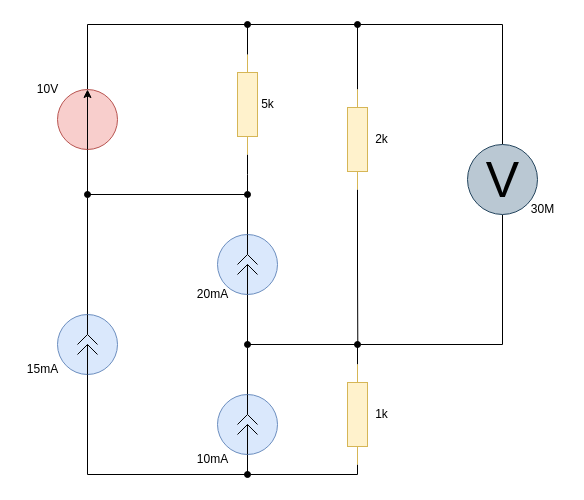
Before: page "task" (1 of 4) of lab1/lab1.drawio in nlrezortiez/eltex_23-24, a draw.io diagram. Source tidied: cells renumbered, new cells numbered last; positions are measured from the earlier drawing's top-left corner, leaving out a move shared by most shapes. Both pictures are drawn from the tidied source at 100%, with x=0, y=0 at pixel (17, 24).
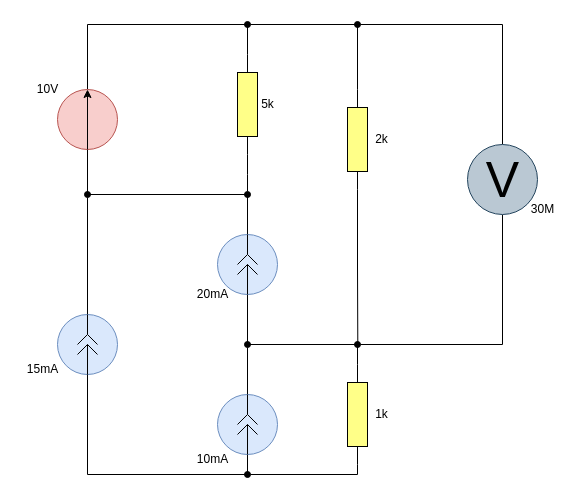
Above is the later version.

Change to the diagram source:
```diff
@@
-    <mxCell id="7" style="verticalLabelPosition=bottom;shadow=0;dashed=0;align=center;html=1;verticalAlign=top;shape=mxgraph.electrical.resistors.resistor_1;direction=south;fillColor=#fff2cc;strokeColor=#d6b656;" parent="1" vertex="1">
+    <mxCell id="7" style="verticalLabelPosition=bottom;shadow=0;dashed=0;align=center;html=1;verticalAlign=top;shape=mxgraph.electrical.resistors.resistor_1;direction=south;fillColor=#ffff88;strokeColor=default;" parent="1" vertex="1">
       <mxGeometry x="330" y="340" width="20" height="100" as="geometry" />
     </mxCell>
@@
-    <mxCell id="9" style="verticalLabelPosition=bottom;shadow=0;dashed=0;align=center;html=1;verticalAlign=top;shape=mxgraph.electrical.resistors.resistor_1;direction=south;fillColor=#fff2cc;strokeColor=#d6b656;" parent="1" vertex="1">
+    <mxCell id="9" style="verticalLabelPosition=bottom;shadow=0;dashed=0;align=center;html=1;verticalAlign=top;shape=mxgraph.electrical.resistors.resistor_1;direction=south;fillColor=#ffff88;strokeColor=default;" parent="1" vertex="1">
       <mxGeometry x="220" y="30" width="20" height="100" as="geometry" />
     </mxCell>
@@
-    <mxCell id="12" style="verticalLabelPosition=bottom;shadow=0;dashed=0;align=center;html=1;verticalAlign=top;shape=mxgraph.electrical.resistors.resistor_1;direction=south;fillColor=#fff2cc;strokeColor=#d6b656;" parent="1" vertex="1">
+    <mxCell id="12" style="verticalLabelPosition=bottom;shadow=0;dashed=0;align=center;html=1;verticalAlign=top;shape=mxgraph.electrical.resistors.resistor_1;direction=south;fillColor=#ffff88;strokeColor=default;" parent="1" vertex="1">
       <mxGeometry x="330" y="65" width="20" height="100" as="geometry" />
     </mxCell>
```
